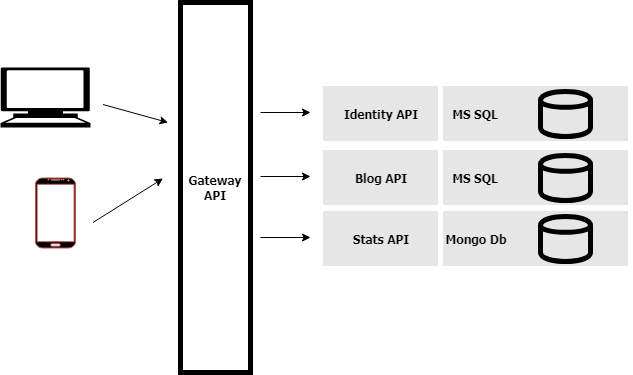
Before: Docs/diagram.png, a diagram exported from draw.io (MesutAtasoy/BlogSolution). Source tidied: cells renumbered, new cells last; positions are measured from the earlier drawing's top-left corner, leaving out a move shared by most shapes.
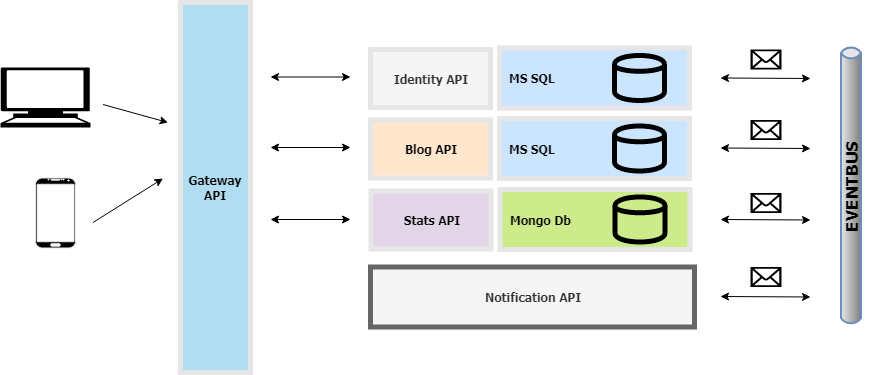
The same diagram one commit later.

Change to the diagram source:
```diff
@@ -5,38 +5,20 @@
     <mxCell id="2" style="shape=mxgraph.signs.tech.computer;html=1;fillColor=#000000;strokeColor=none;verticalLabelPosition=bottom;verticalAlign=top;align=center;" parent="1" vertex="1">
       <mxGeometry y="65" width="90" height="60" as="geometry" />
     </mxCell>
-    <mxCell id="3" style="verticalLabelPosition=bottom;verticalAlign=top;html=1;shadow=0;dashed=0;strokeWidth=1;shape=mxgraph.android.phone2;fillColor=#000000;strokeColor=#b85450;" parent="1" vertex="1">
+    <mxCell id="3" style="verticalLabelPosition=bottom;verticalAlign=top;html=1;shadow=0;dashed=0;strokeWidth=1;shape=mxgraph.android.phone2;fillColor=#000000;strokeColor=#E6E6E6;" parent="1" vertex="1">
       <mxGeometry x="35" y="175.5" width="40" height="70" as="geometry" />
     </mxCell>
-    <mxCell id="4" value="&lt;b&gt;&lt;font face=&quot;Tahoma&quot;&gt;Gateway&lt;br&gt;API&lt;/font&gt;&lt;/b&gt;&lt;br&gt;" style="rounded=0;whiteSpace=wrap;html=1;strokeWidth=5;" parent="1" vertex="1">
+    <mxCell id="4" value="&lt;b&gt;&lt;font face=&quot;Tahoma&quot;&gt;Gateway&lt;br&gt;API&lt;/font&gt;&lt;/b&gt;&lt;br&gt;" style="rounded=0;whiteSpace=wrap;html=1;strokeWidth=5;strokeColor=#E6E6E6;fillColor=#b1ddf0;" parent="1" vertex="1">
       <mxGeometry x="180" width="70" height="370" as="geometry" />
     </mxCell>
-    <mxCell id="5" value="&lt;b&gt;&lt;font face=&quot;Tahoma&quot;&gt;MS SQL&lt;/font&gt;&lt;/b&gt;" style="rounded=0;whiteSpace=wrap;html=1;strokeColor=#FFFFFF;strokeWidth=5;fillColor=#E6E6E6;" parent="1" vertex="1">
-      <mxGeometry x="320" y="81" width="310" height="60" as="geometry" />
-    </mxCell>
-    <mxCell id="6" value="&lt;b&gt;&lt;font face=&quot;Tahoma&quot;&gt;Identity API&lt;/font&gt;&lt;/b&gt;" style="rounded=0;whiteSpace=wrap;html=1;strokeColor=#FFFFFF;strokeWidth=5;fillColor=#E6E6E6;" parent="1" vertex="1">
-      <mxGeometry x="320" y="81" width="120" height="60" as="geometry" />
-    </mxCell>
-    <mxCell id="7" style="shape=cylinder;whiteSpace=wrap;html=1;boundedLbl=1;backgroundOutline=1;strokeWidth=5;fillColor=none;" parent="1" vertex="1">
-      <mxGeometry x="540" y="89" width="50" height="45" as="geometry" />
-    </mxCell>
-    <mxCell id="8" value="&lt;b&gt;&lt;font face=&quot;Tahoma&quot;&gt;MS SQL&lt;/font&gt;&lt;/b&gt;" style="rounded=0;whiteSpace=wrap;html=1;strokeColor=#FFFFFF;strokeWidth=5;fillColor=#E6E6E6;" parent="1" vertex="1">
-      <mxGeometry x="320" y="145" width="310" height="60" as="geometry" />
-    </mxCell>
-    <mxCell id="9" value="&lt;b&gt;&lt;font face=&quot;Tahoma&quot;&gt;Blog API&lt;/font&gt;&lt;/b&gt;" style="rounded=0;whiteSpace=wrap;html=1;strokeColor=#FFFFFF;strokeWidth=5;fillColor=#E6E6E6;" parent="1" vertex="1">
-      <mxGeometry x="320" y="145" width="120" height="60" as="geometry" />
-    </mxCell>
-    <mxCell id="10" style="shape=cylinder;whiteSpace=wrap;html=1;boundedLbl=1;backgroundOutline=1;strokeWidth=5;fillColor=none;" parent="1" vertex="1">
-      <mxGeometry x="540" y="153" width="50" height="45" as="geometry" />
-    </mxCell>
-    <mxCell id="11" value="&lt;b&gt;&lt;font face=&quot;Tahoma&quot;&gt;Mongo Db&lt;/font&gt;&lt;/b&gt;" style="rounded=0;whiteSpace=wrap;html=1;strokeColor=#FFFFFF;strokeWidth=5;fillColor=#E6E6E6;" parent="1" vertex="1">
-      <mxGeometry x="320" y="206" width="310" height="60" as="geometry" />
+    <mxCell id="11" value="&lt;div style=&quot;text-align: left&quot;&gt;&lt;b&gt;&lt;font face=&quot;Tahoma&quot;&gt;Mongo Db&lt;/font&gt;&lt;/b&gt;&lt;/div&gt;" style="rounded=0;whiteSpace=wrap;html=1;strokeColor=#E6E6E6;strokeWidth=5;fillColor=#cdeb8b;align=left;spacingLeft=5;" parent="1" vertex="1">
+      <mxGeometry x="499.5" y="187" width="190" height="60" as="geometry" />
     </mxCell>
-    <mxCell id="12" value="&lt;b&gt;&lt;font face=&quot;Tahoma&quot;&gt;Stats API&lt;/font&gt;&lt;/b&gt;" style="rounded=0;whiteSpace=wrap;html=1;strokeColor=#FFFFFF;strokeWidth=5;fillColor=#E6E6E6;" parent="1" vertex="1">
-      <mxGeometry x="320" y="206" width="120" height="60" as="geometry" />
+    <mxCell id="12" value="&lt;b&gt;&lt;font face=&quot;Tahoma&quot;&gt;Stats API&lt;/font&gt;&lt;/b&gt;" style="rounded=0;whiteSpace=wrap;html=1;strokeColor=#E6E6E6;strokeWidth=5;fillColor=#e1d5e7;" parent="1" vertex="1">
+      <mxGeometry x="370.5" y="188.5" width="120" height="58" as="geometry" />
     </mxCell>
     <mxCell id="13" style="shape=cylinder;whiteSpace=wrap;html=1;boundedLbl=1;backgroundOutline=1;strokeWidth=5;fillColor=none;" parent="1" vertex="1">
-      <mxGeometry x="540" y="214" width="50" height="45" as="geometry" />
+      <mxGeometry x="614.5" y="194.5" width="50" height="45" as="geometry" />
     </mxCell>
     <mxCell id="14" style="endArrow=classic;html=1;" parent="1" edge="1">
       <mxGeometry relative="1" as="geometry">
@@ -50,23 +32,83 @@
         <mxPoint x="167.5" y="120" as="targetPoint" />
       </mxGeometry>
     </mxCell>
-    <mxCell id="16" style="endArrow=classic;html=1;" parent="1" edge="1">
-      <mxGeometry relative="1" as="geometry">
-        <mxPoint x="260" y="235" as="sourcePoint" />
-        <mxPoint x="310" y="235" as="targetPoint" />
-      </mxGeometry>
-    </mxCell>
-    <mxCell id="17" style="endArrow=classic;html=1;" parent="1" edge="1">
-      <mxGeometry relative="1" as="geometry">
-        <mxPoint x="260" y="174" as="sourcePoint" />
-        <mxPoint x="310" y="174" as="targetPoint" />
-      </mxGeometry>
-    </mxCell>
-    <mxCell id="18" style="endArrow=classic;html=1;" parent="1" edge="1">
-      <mxGeometry relative="1" as="geometry">
-        <mxPoint x="260" y="110" as="sourcePoint" />
-        <mxPoint x="310" y="110" as="targetPoint" />
-      </mxGeometry>
-    </mxCell>
+    <mxCell id="19" value="EVENTBUS" style="strokeWidth=2;align=center;html=1;fontSize=17;shape=mxgraph.eip.messageChannel;rotation=-90;fontFamily=Tahoma;fontStyle=1;labelBorderColor=none;fillColor=#dae8fc;strokeColor=#6c8ebf;" parent="1" vertex="1">
+      <mxGeometry x="710" y="158" width="281" height="50" as="geometry" />
+    </mxCell>
+    <mxCell id="20" value="&lt;b&gt;&lt;font face=&quot;Tahoma&quot;&gt;Notification API&lt;/font&gt;&lt;/b&gt;" style="rounded=0;whiteSpace=wrap;html=1;strokeColor=#666666;strokeWidth=5;fillColor=#f5f5f5;fontColor=#333333;" parent="1" vertex="1">
+      <mxGeometry x="370" y="264.5" width="324" height="60" as="geometry" />
+    </mxCell>
+    <mxCell id="21" value="&lt;div style=&quot;text-align: left&quot;&gt;&lt;b&gt;&lt;font face=&quot;Tahoma&quot;&gt;MS SQL&lt;/font&gt;&lt;/b&gt;&lt;/div&gt;" style="rounded=0;whiteSpace=wrap;html=1;strokeColor=#E6E6E6;strokeWidth=5;fillColor=#cce5ff;align=left;spacingLeft=5;" parent="1" vertex="1">
+      <mxGeometry x="499" y="116" width="190" height="60" as="geometry" />
+    </mxCell>
+    <mxCell id="9" value="&lt;b&gt;&lt;font face=&quot;Tahoma&quot;&gt;Blog API&lt;/font&gt;&lt;/b&gt;" style="rounded=0;whiteSpace=wrap;html=1;strokeColor=#E6E6E6;strokeWidth=5;fillColor=#ffe6cc;" parent="1" vertex="1">
+      <mxGeometry x="370" y="117.5" width="120" height="58" as="geometry" />
+    </mxCell>
+    <mxCell id="22" style="shape=cylinder;whiteSpace=wrap;html=1;boundedLbl=1;backgroundOutline=1;strokeWidth=5;fillColor=none;" parent="1" vertex="1">
+      <mxGeometry x="614" y="123.5" width="50" height="45" as="geometry" />
+    </mxCell>
+    <mxCell id="23" value="&lt;div style=&quot;text-align: left&quot;&gt;&lt;b&gt;&lt;font face=&quot;Tahoma&quot;&gt;MS SQL&lt;/font&gt;&lt;/b&gt;&lt;/div&gt;" style="rounded=0;whiteSpace=wrap;html=1;strokeColor=#E6E6E6;strokeWidth=5;fillColor=#cce5ff;align=left;spacingLeft=5;" parent="1" vertex="1">
+      <mxGeometry x="499" y="45.5" width="190" height="60" as="geometry" />
+    </mxCell>
+    <mxCell id="6" value="&lt;b&gt;&lt;font face=&quot;Tahoma&quot;&gt;Identity API&lt;/font&gt;&lt;/b&gt;" style="rounded=0;whiteSpace=wrap;html=1;strokeColor=#E6E6E6;strokeWidth=5;fillColor=#f5f5f5;fontColor=#333333;" parent="1" vertex="1">
+      <mxGeometry x="370" y="47" width="120" height="58" as="geometry" />
+    </mxCell>
+    <mxCell id="24" style="shape=cylinder;whiteSpace=wrap;html=1;boundedLbl=1;backgroundOutline=1;strokeWidth=5;fillColor=none;" parent="1" vertex="1">
+      <mxGeometry x="614" y="53" width="50" height="45" as="geometry" />
+    </mxCell>
+    <mxCell id="25" style="endArrow=classic;startArrow=classic;html=1;fontFamily=Tahoma;fontSize=17;" parent="1" edge="1">
+      <mxGeometry relative="1" as="geometry">
+        <mxPoint x="270" y="217" as="sourcePoint" />
+        <mxPoint x="350" y="217" as="targetPoint" />
+      </mxGeometry>
+    </mxCell>
+    <mxCell id="26" style="endArrow=classic;startArrow=classic;html=1;fontFamily=Tahoma;fontSize=17;" parent="1" edge="1">
+      <mxGeometry relative="1" as="geometry">
+        <mxPoint x="270" y="145" as="sourcePoint" />
+        <mxPoint x="350" y="145" as="targetPoint" />
+      </mxGeometry>
+    </mxCell>
+    <mxCell id="27" style="endArrow=classic;startArrow=classic;html=1;fontFamily=Tahoma;fontSize=17;" parent="1" edge="1">
+      <mxGeometry relative="1" as="geometry">
+        <mxPoint x="270" y="74.5" as="sourcePoint" />
+        <mxPoint x="350" y="74.5" as="targetPoint" />
+      </mxGeometry>
+    </mxCell>
+    <mxCell id="28" style="endArrow=classic;startArrow=classic;html=1;fontFamily=Tahoma;fontSize=17;" parent="1" edge="1">
+      <mxGeometry relative="1" as="geometry">
+        <mxPoint x="720" y="145.5" as="sourcePoint" />
+        <mxPoint x="810" y="146" as="targetPoint" />
+      </mxGeometry>
+    </mxCell>
+    <mxCell id="29" style="endArrow=classic;startArrow=classic;html=1;fontFamily=Tahoma;fontSize=17;" parent="1" edge="1">
+      <mxGeometry relative="1" as="geometry">
+        <mxPoint x="720" y="75.5" as="sourcePoint" />
+        <mxPoint x="810" y="76" as="targetPoint" />
+      </mxGeometry>
+    </mxCell>
+    <mxCell id="30" style="endArrow=classic;startArrow=classic;html=1;fontFamily=Tahoma;fontSize=17;" parent="1" edge="1">
+      <mxGeometry relative="1" as="geometry">
+        <mxPoint x="720" y="217" as="sourcePoint" />
+        <mxPoint x="810" y="217.5" as="targetPoint" />
+      </mxGeometry>
+    </mxCell>
+    <mxCell id="31" style="endArrow=classic;startArrow=classic;html=1;fontFamily=Tahoma;fontSize=17;" parent="1" edge="1">
+      <mxGeometry relative="1" as="geometry">
+        <mxPoint x="720" y="294" as="sourcePoint" />
+        <mxPoint x="810" y="294.5" as="targetPoint" />
+      </mxGeometry>
+    </mxCell>
+    <mxCell id="32" style="shape=mxgraph.signs.tech.mail;html=1;fillColor=#000000;strokeColor=none;verticalLabelPosition=bottom;verticalAlign=top;align=center;fontFamily=Tahoma;fontSize=17;" parent="1" vertex="1">
+      <mxGeometry x="750" y="264.5" width="31" height="20" as="geometry" />
+    </mxCell>
+    <mxCell id="33" style="shape=mxgraph.signs.tech.mail;html=1;fillColor=#000000;strokeColor=none;verticalLabelPosition=bottom;verticalAlign=top;align=center;fontFamily=Tahoma;fontSize=17;" parent="1" vertex="1">
+      <mxGeometry x="750" y="190.5" width="31" height="20" as="geometry" />
+    </mxCell>
+    <mxCell id="34" style="shape=mxgraph.signs.tech.mail;html=1;fillColor=#000000;strokeColor=none;verticalLabelPosition=bottom;verticalAlign=top;align=center;fontFamily=Tahoma;fontSize=17;" parent="1" vertex="1">
+      <mxGeometry x="750" y="117.5" width="31" height="20" as="geometry" />
+    </mxCell>
+    <mxCell id="35" style="shape=mxgraph.signs.tech.mail;html=1;fillColor=#000000;strokeColor=none;verticalLabelPosition=bottom;verticalAlign=top;align=center;fontFamily=Tahoma;fontSize=17;" parent="1" vertex="1">
+      <mxGeometry x="750" y="47" width="31" height="20" as="geometry" />
+    </mxCell>
   </root>
 </mxGraphModel>
```
